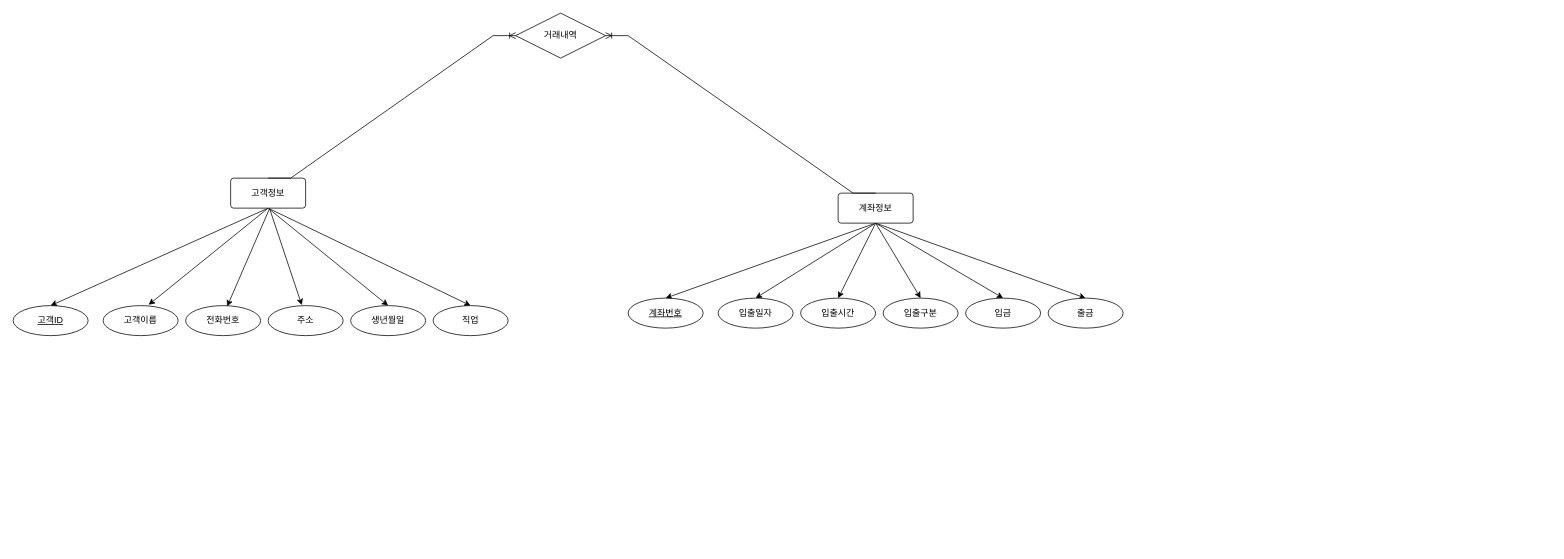
The draw.io diagram java_020_Bank/bank(2023-05-17).drawio in cccff12/Biz-2023-04-505-java, before the edit. Source tidied: cells renumbered, new cells numbered last; positions are measured from the earlier drawing's top-left corner, leaving out a move shared by most shapes. Both pictures are drawn from the tidied source at 75%, with x=0, y=0 at pixel (13, 13).
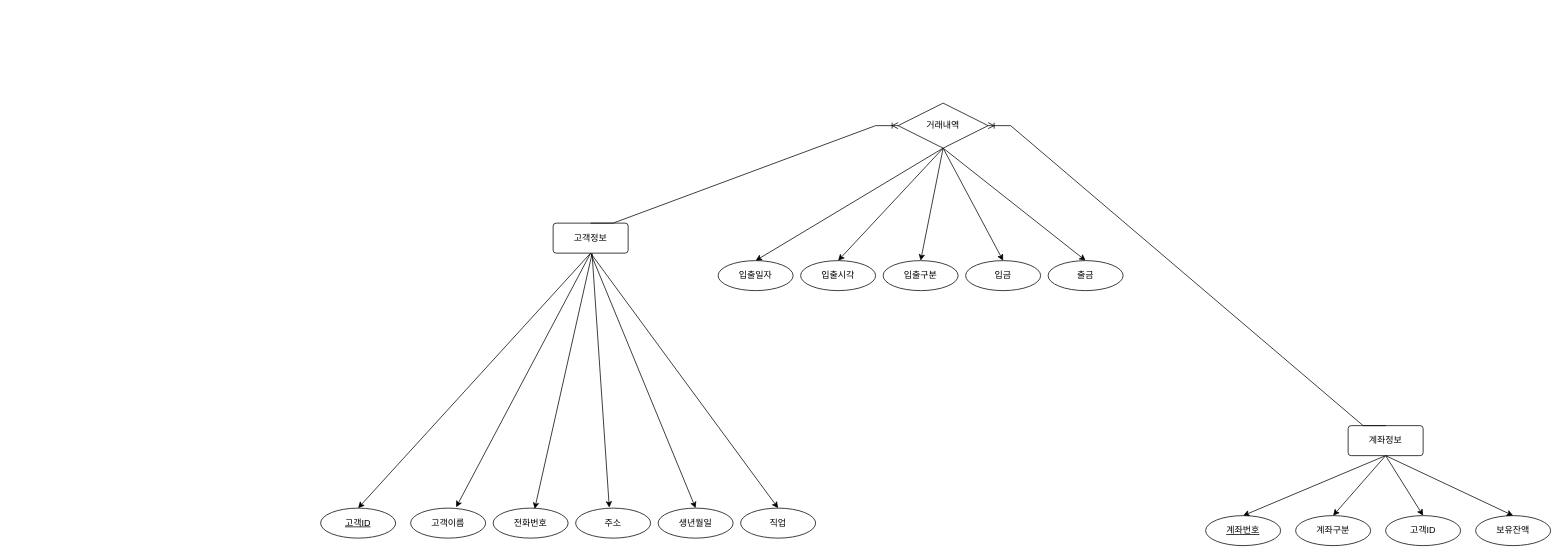
The same page after the edit.

Diff of the diagram source:
```diff
@@
     <mxCell id="8" value="고객정보" style="rounded=1;arcSize=10;whiteSpace=wrap;html=1;align=center;" parent="1" vertex="1">
-      <mxGeometry x="290" y="220" width="100" height="40" as="geometry" />
+      <mxGeometry x="720" y="280" width="100" height="40" as="geometry" />
     </mxCell>
     <mxCell id="9" value="고객ID" style="ellipse;whiteSpace=wrap;html=1;align=center;fontStyle=4;" parent="1" vertex="1">
-      <mxGeometry y="390" width="100" height="40" as="geometry" />
+      <mxGeometry x="410" y="660" width="100" height="40" as="geometry" />
     </mxCell>
     <mxCell id="10" value="고객이름" style="ellipse;whiteSpace=wrap;html=1;align=center;" parent="1" vertex="1">
-      <mxGeometry x="120" y="390" width="100" height="40" as="geometry" />
+      <mxGeometry x="530" y="660" width="100" height="40" as="geometry" />
     </mxCell>
     <mxCell id="11" value="전화번호" style="ellipse;whiteSpace=wrap;html=1;align=center;" parent="1" vertex="1">
-      <mxGeometry x="230" y="390" width="100" height="40" as="geometry" />
+      <mxGeometry x="640" y="660" width="100" height="40" as="geometry" />
     </mxCell>
     <mxCell id="12" value="주소" style="ellipse;whiteSpace=wrap;html=1;align=center;" parent="1" vertex="1">
-      <mxGeometry x="340" y="390" width="100" height="40" as="geometry" />
+      <mxGeometry x="750" y="660" width="100" height="40" as="geometry" />
     </mxCell>
     <mxCell id="13" value="생년월일" style="ellipse;whiteSpace=wrap;html=1;align=center;" parent="1" vertex="1">
-      <mxGeometry x="450" y="390" width="100" height="40" as="geometry" />
+      <mxGeometry x="860" y="660" width="100" height="40" as="geometry" />
     </mxCell>
     <mxCell id="14" value="직업" style="ellipse;whiteSpace=wrap;html=1;align=center;" parent="1" vertex="1">
-      <mxGeometry x="560" y="390" width="100" height="40" as="geometry" />
+      <mxGeometry x="970" y="660" width="100" height="40" as="geometry" />
     </mxCell>
@@
-    <mxCell id="16" style="rounded=0;jettySize=auto;html=1;exitX=0.5;exitY=1;exitDx=0;exitDy=0;entryX=0.5;entryY=0;entryDx=0;entryDy=0;" parent="1" edge="1" source="21" target="23">
+    <mxCell id="16" style="rounded=0;jettySize=auto;html=1;exitX=0.5;exitY=1;exitDx=0;exitDy=0;entryX=0.5;entryY=0;entryDx=0;entryDy=0;" parent="1" edge="1" source="28" target="23">
       <mxGeometry relative="1" as="geometry" />
     </mxCell>
-    <mxCell id="17" style="rounded=0;jettySize=auto;html=1;entryX=0.5;entryY=0;entryDx=0;entryDy=0;exitX=0.5;exitY=1;exitDx=0;exitDy=0;" parent="1" edge="1" source="21" target="24">
+    <mxCell id="17" style="rounded=0;jettySize=auto;html=1;entryX=0.5;entryY=0;entryDx=0;entryDy=0;exitX=0.5;exitY=1;exitDx=0;exitDy=0;" parent="1" edge="1" source="28" target="24">
       <mxGeometry relative="1" as="geometry" />
     </mxCell>
-    <mxCell id="18" style="rounded=0;jettySize=auto;html=1;entryX=0.5;entryY=0;entryDx=0;entryDy=0;exitX=0.5;exitY=1;exitDx=0;exitDy=0;" parent="1" edge="1" source="21" target="25">
+    <mxCell id="18" style="rounded=0;jettySize=auto;html=1;entryX=0.5;entryY=0;entryDx=0;entryDy=0;exitX=0.5;exitY=1;exitDx=0;exitDy=0;" parent="1" edge="1" source="28" target="25">
       <mxGeometry relative="1" as="geometry" />
     </mxCell>
-    <mxCell id="19" style="rounded=0;jettySize=auto;html=1;entryX=0.5;entryY=0;entryDx=0;entryDy=0;exitX=0.5;exitY=1;exitDx=0;exitDy=0;" parent="1" edge="1" source="21" target="26">
+    <mxCell id="19" style="rounded=0;jettySize=auto;html=1;entryX=0.5;entryY=0;entryDx=0;entryDy=0;exitX=0.5;exitY=1;exitDx=0;exitDy=0;" parent="1" edge="1" source="28" target="26">
       <mxGeometry relative="1" as="geometry" />
     </mxCell>
-    <mxCell id="20" style="rounded=0;jettySize=auto;html=1;entryX=0.5;entryY=0;entryDx=0;entryDy=0;exitX=0.5;exitY=1;exitDx=0;exitDy=0;" parent="1" edge="1" source="21" target="27">
+    <mxCell id="20" style="rounded=0;jettySize=auto;html=1;entryX=0.5;entryY=0;entryDx=0;entryDy=0;exitX=0.5;exitY=1;exitDx=0;exitDy=0;" parent="1" edge="1" source="28" target="27">
       <mxGeometry relative="1" as="geometry" />
     </mxCell>
-    <mxCell id="21" value="계좌정보" style="rounded=1;arcSize=10;whiteSpace=wrap;html=1;align=center;" parent="1" vertex="1">
-      <mxGeometry x="1100" y="240" width="100" height="40" as="geometry" />
-    </mxCell>
     <mxCell id="22" value="계좌번호" style="ellipse;whiteSpace=wrap;html=1;align=center;fontStyle=4;" parent="1" vertex="1">
-      <mxGeometry x="820" y="380" width="100" height="40" as="geometry" />
+      <mxGeometry x="1590" y="670" width="100" height="40" as="geometry" />
     </mxCell>
     <mxCell id="23" value="입출일자" style="ellipse;whiteSpace=wrap;html=1;align=center;" parent="1" vertex="1">
-      <mxGeometry x="940" y="380" width="100" height="40" as="geometry" />
+      <mxGeometry x="940" y="330" width="100" height="40" as="geometry" />
     </mxCell>
-    <mxCell id="24" value="입출시간" style="ellipse;whiteSpace=wrap;html=1;align=center;" parent="1" vertex="1">
-      <mxGeometry x="1050" y="380" width="100" height="40" as="geometry" />
+    <mxCell id="24" value="입출시각" style="ellipse;whiteSpace=wrap;html=1;align=center;" parent="1" vertex="1">
+      <mxGeometry x="1050" y="330" width="100" height="40" as="geometry" />
     </mxCell>
     <mxCell id="25" value="입출구분" style="ellipse;whiteSpace=wrap;html=1;align=center;" parent="1" vertex="1">
-      <mxGeometry x="1160" y="380" width="100" height="40" as="geometry" />
+      <mxGeometry x="1160" y="330" width="100" height="40" as="geometry" />
     </mxCell>
     <mxCell id="26" value="입금" style="ellipse;whiteSpace=wrap;html=1;align=center;" parent="1" vertex="1">
-      <mxGeometry x="1270" y="380" width="100" height="40" as="geometry" />
+      <mxGeometry x="1270" y="330" width="100" height="40" as="geometry" />
     </mxCell>
     <mxCell id="27" value="출금" style="ellipse;whiteSpace=wrap;html=1;align=center;" parent="1" vertex="1">
-      <mxGeometry x="1380" y="380" width="100" height="40" as="geometry" />
+      <mxGeometry x="1380" y="330" width="100" height="40" as="geometry" />
     </mxCell>
-    <mxCell id="28" value="거래내역&lt;br&gt;" style="shape=rhombus;perimeter=rhombusPerimeter;whiteSpace=wrap;html=1;align=center;" parent="1" vertex="1">
-      <mxGeometry x="670" width="120" height="60" as="geometry" />
+    <mxCell id="28" value="거래내역" style="shape=rhombus;perimeter=rhombusPerimeter;whiteSpace=wrap;html=1;align=center;" parent="1" vertex="1">
+      <mxGeometry x="1180" y="120" width="120" height="60" as="geometry" />
     </mxCell>
+    <mxCell id="21" value="계좌정보" style="rounded=1;arcSize=10;whiteSpace=wrap;html=1;align=center;" parent="1" vertex="1">
+      <mxGeometry x="1780" y="550" width="100" height="40" as="geometry" />
+    </mxCell>
@@
+    <mxCell id="31" value="계좌구분" style="ellipse;whiteSpace=wrap;html=1;align=center;" parent="1" vertex="1">
+      <mxGeometry x="1710" y="670" width="100" height="40" as="geometry" />
+    </mxCell>
+    <mxCell id="32" style="rounded=0;jettySize=auto;html=1;entryX=0.5;entryY=0;entryDx=0;entryDy=0;exitX=0.5;exitY=1;exitDx=0;exitDy=0;" parent="1" edge="1" source="21" target="31">
+      <mxGeometry relative="1" as="geometry" />
+    </mxCell>
+    <mxCell id="33" value="고객ID" style="ellipse;whiteSpace=wrap;html=1;align=center;" parent="1" vertex="1">
+      <mxGeometry x="1830" y="670" width="100" height="40" as="geometry" />
+    </mxCell>
+    <mxCell id="34" style="rounded=0;jettySize=auto;html=1;entryX=0.5;entryY=0;entryDx=0;entryDy=0;exitX=0.5;exitY=1;exitDx=0;exitDy=0;" parent="1" edge="1" source="21" target="33">
+      <mxGeometry relative="1" as="geometry" />
+    </mxCell>
+    <mxCell id="35" value="보유잔액" style="ellipse;whiteSpace=wrap;html=1;align=center;" parent="1" vertex="1">
+      <mxGeometry x="1950" y="670" width="100" height="40" as="geometry" />
+    </mxCell>
+    <mxCell id="36" style="rounded=0;jettySize=auto;html=1;entryX=0.5;entryY=0;entryDx=0;entryDy=0;exitX=0.5;exitY=1;exitDx=0;exitDy=0;" parent="1" edge="1" source="21" target="35">
+      <mxGeometry relative="1" as="geometry" />
+    </mxCell>
```
